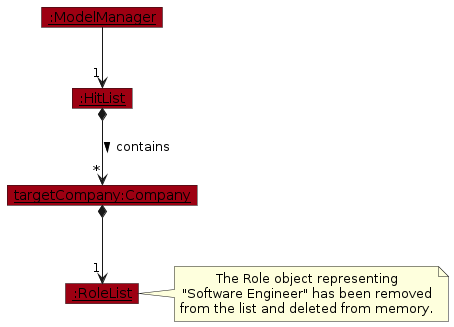
Earlier version of the PlantUML export diagrams/delete-role/RoleDeletePostExecution.png (AY2526S2-CS2103T-W11-2/tp). Its source is kept beside it as diagrams/delete-role/RoleDeletePostExecution.puml. The source it was exported from:
```plantuml
@startuml
!include ../style.puml
skinparam ArrowFontStyle plain

show objects

object "<u>:ModelManager</u>" as ModelManager MODEL_COLOR
object "<u>:HitList</u>" as HitList MODEL_COLOR
object "<u>targetCompany:Company</u>" as Company MODEL_COLOR
object "<u>:RoleList</u>" as RoleList MODEL_COLOR

ModelManager --> "1" HitList
HitList *--> "*" Company : contains >
Company *--> "1" RoleList

note right of RoleList
  The Role object representing
  "Software Engineer" has been removed
  from the list and deleted from memory.
end note

Company : name = "Google"
@enduml
```
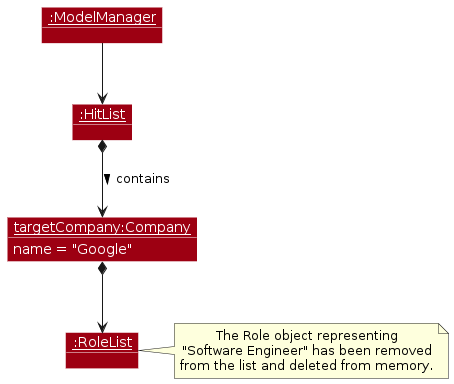
Later version of the same file.

Change to the diagram source:
```diff
@@ -2,16 +2,22 @@
 !include ../style.puml
 skinparam ArrowFontStyle plain
 
+skinparam shadowing false
+skinparam ObjectFontColor #FFFFFF
+skinparam ObjectAttributeFontColor #FFFFFF
+skinparam ObjectBorderColor #FFFFFF
+
 show objects
+show members
 
 object "<u>:ModelManager</u>" as ModelManager MODEL_COLOR
 object "<u>:HitList</u>" as HitList MODEL_COLOR
 object "<u>targetCompany:Company</u>" as Company MODEL_COLOR
 object "<u>:RoleList</u>" as RoleList MODEL_COLOR
 
-ModelManager --> "1" HitList
-HitList *--> "*" Company : contains >
-Company *--> "1" RoleList
+ModelManager --> HitList
+HitList *--> Company : contains >
+Company *--> RoleList
 
 note right of RoleList
   The Role object representing
```
